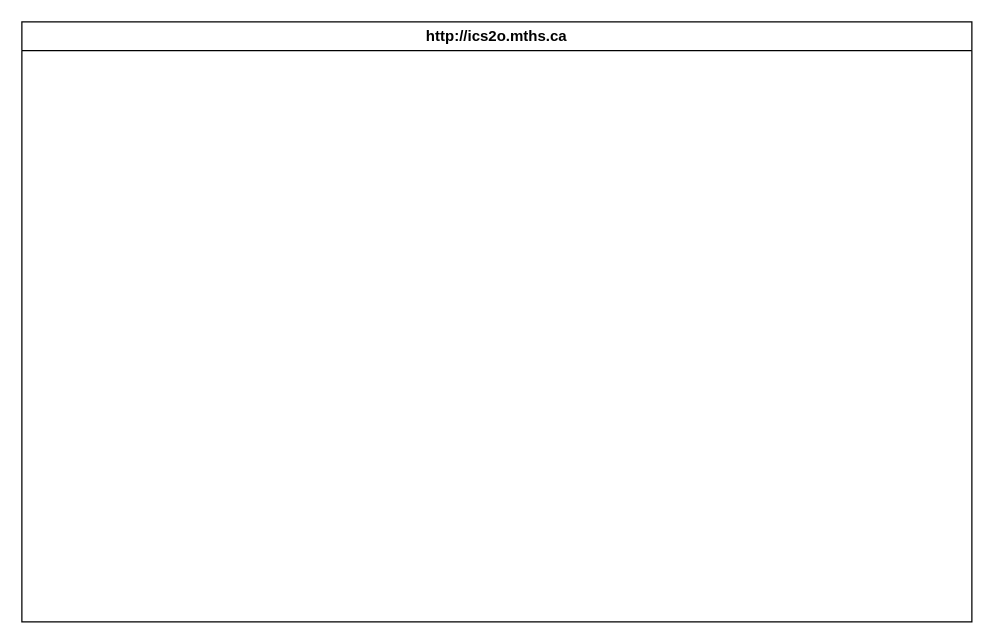
This is design/storyboard.drawio from manya-feng/ICD2O-Unit-6-01-manya-feng, a draw.io file, before an edit. Source tidied: cells renumbered, new cells numbered last; positions are measured from the earlier drawing's top-left corner, leaving out a move shared by most shapes. Both pictures are drawn from the tidied source at 125%, with x=0, y=0 at pixel (21, 21).
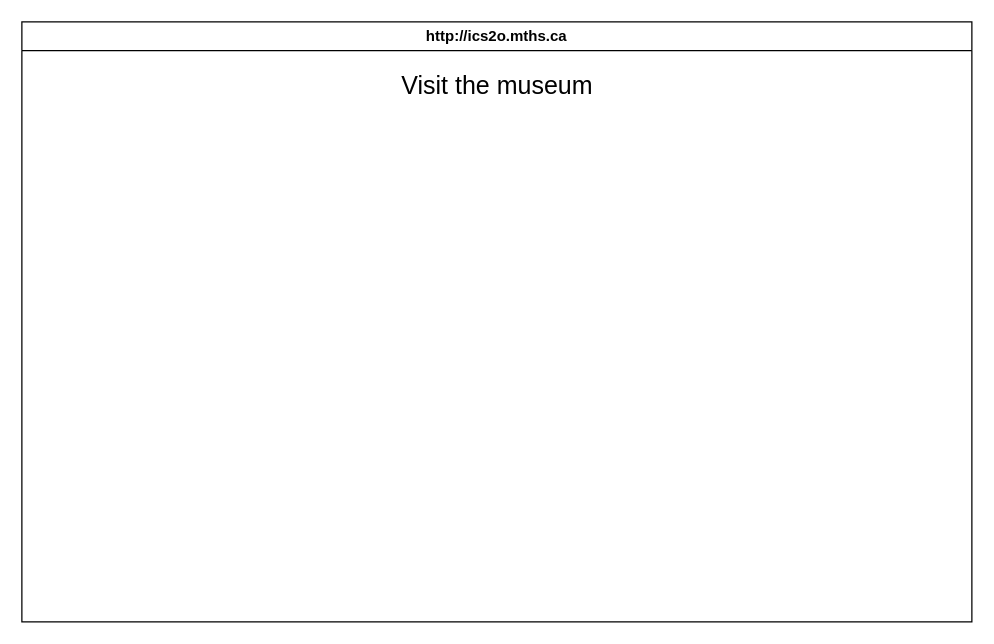
The same diagram, later.

What changed in the source:
```diff
@@
 <mxGraphModel>
   <root>
     <mxCell id="0" />
     <mxCell id="1" parent="0" />
     <mxCell id="2" value="http://ics2o.mths.ca" style="swimlane;whiteSpace=wrap;html=1;" parent="1" vertex="1">
       <mxGeometry width="760" height="480" as="geometry" />
     </mxCell>
+    <mxCell id="3" value="&lt;font style=&quot;font-size: 20px;&quot;&gt;Visit the museum&lt;/font&gt;" style="text;html=1;align=center;verticalAlign=middle;strokeColor=none;fillColor=none;" parent="2" vertex="1">
+      <mxGeometry x="290" y="30" width="180" height="40" as="geometry" />
+    </mxCell>
   </root>
 </mxGraphModel>
```
